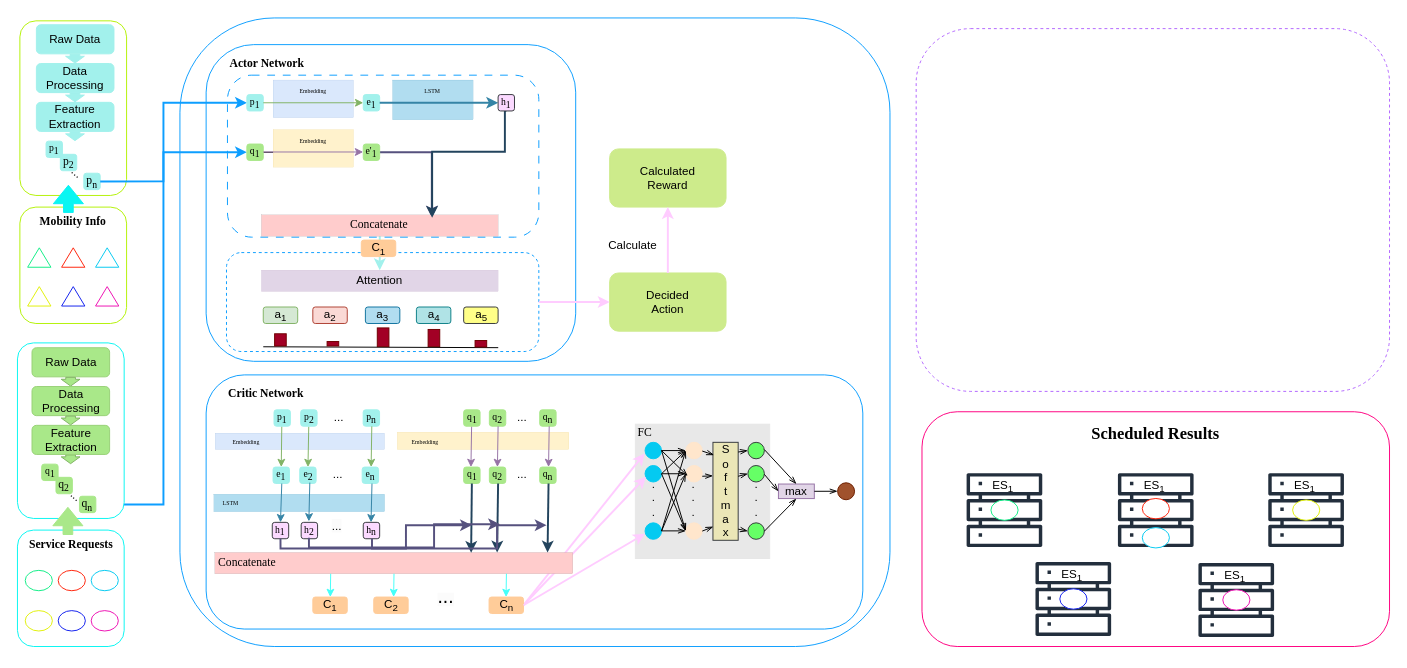
Before: 3.drawio in DCLe-DA/Learning-DL-by-Hand, a draw.io diagram. Source tidied: cells renumbered, new cells numbered last; positions are measured from the earlier drawing's top-left corner, leaving out a move shared by most shapes. Both pictures are drawn from the tidied source at 97%, with x=0, y=0 at pixel (17, 17).
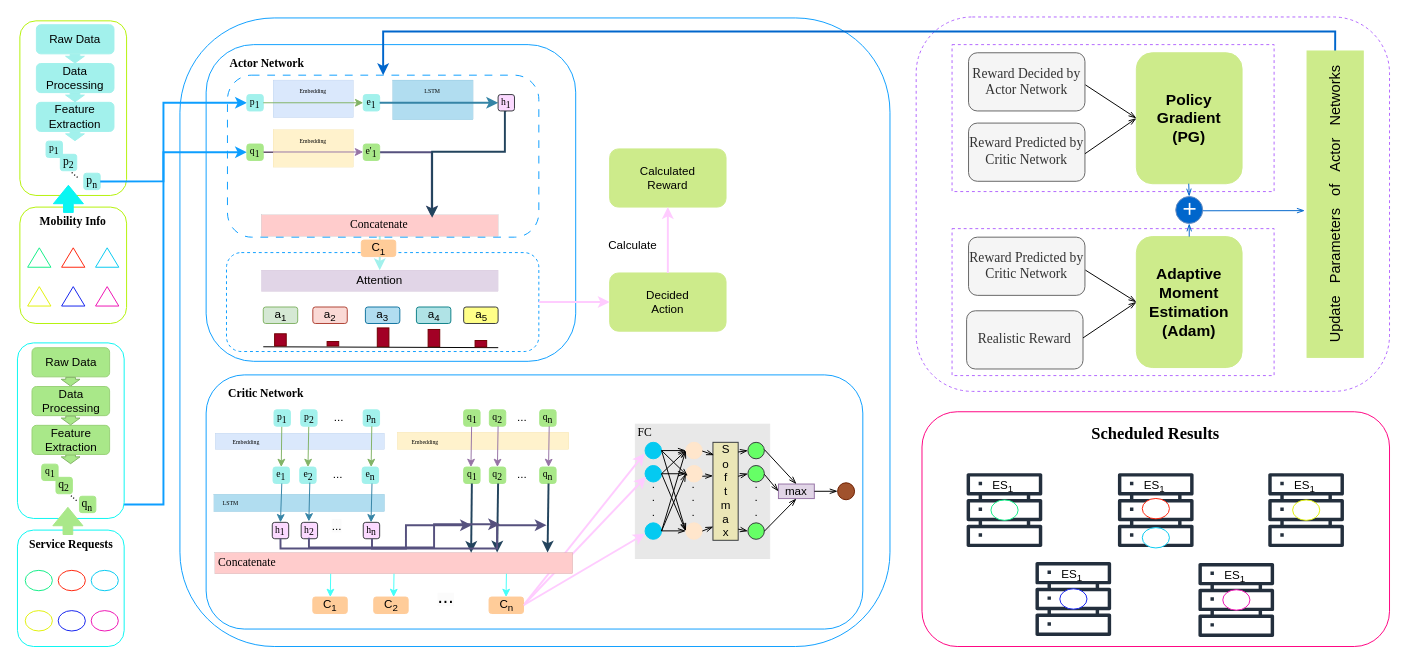
The same page after the edit.

Unchanged cells that the change refers to:
```xml
<mxCell id="69" style="rounded=1;whiteSpace=wrap;html=1;strokeWidth=1;fontFamily=Helvetica;fontSize=12;fontColor=default;fillColor=none;gradientColor=none;strokeColor=#0D9EFF;dashed=1;dashPattern=8 8;" parent="1" vertex="1">
  <mxGeometry x="216" y="59" width="321" height="167" as="geometry" />
</mxCell>
```

Change to the diagram source:
```diff
@@
     <mxCell id="210" style="rounded=1;whiteSpace=wrap;html=1;strokeColor=#B266FF;dashed=1;" parent="1" vertex="1">
-      <mxGeometry x="926" y="11" width="488" height="374" as="geometry" />
+      <mxGeometry x="926" y="-1" width="488" height="386" as="geometry" />
     </mxCell>
@@
+    <mxCell id="233" style="rounded=0;whiteSpace=wrap;html=1;dashed=1;strokeColor=#B266FF;" parent="1" vertex="1">
+      <mxGeometry x="963" y="27.5" width="332" height="151.5" as="geometry" />
+    </mxCell>
+    <mxCell id="234" value="&lt;font face=&quot;Times New Roman&quot; style=&quot;font-size: 14px;&quot;&gt;Reward Decided by&lt;br&gt;Actor Network&lt;/font&gt;" style="rounded=1;whiteSpace=wrap;html=1;fillColor=#f5f5f5;fontColor=#333333;strokeColor=#666666;" parent="1" vertex="1">
+      <mxGeometry x="980" y="35.9" width="120" height="60" as="geometry" />
+    </mxCell>
+    <mxCell id="235" value="&lt;font face=&quot;Times New Roman&quot; style=&quot;font-size: 14px;&quot;&gt;Reward Predicted by&lt;br&gt;Critic Network&lt;/font&gt;" style="rounded=1;whiteSpace=wrap;html=1;fillColor=#f5f5f5;fontColor=#333333;strokeColor=#666666;" parent="1" vertex="1">
+      <mxGeometry x="980" y="108.4" width="120" height="60" as="geometry" />
+    </mxCell>
+    <mxCell id="236" style="rounded=0;whiteSpace=wrap;html=1;dashed=1;strokeColor=#B266FF;" parent="1" vertex="1">
+      <mxGeometry x="963" y="217.2" width="332" height="151.5" as="geometry" />
+    </mxCell>
+    <mxCell id="237" value="&lt;font face=&quot;Times New Roman&quot; style=&quot;font-size: 14px;&quot;&gt;Reward Predicted by&lt;br&gt;Critic Network&lt;/font&gt;" style="rounded=1;whiteSpace=wrap;html=1;fillColor=#f5f5f5;fontColor=#333333;strokeColor=#666666;" parent="1" vertex="1">
+      <mxGeometry x="980" y="226" width="120" height="60" as="geometry" />
+    </mxCell>
+    <mxCell id="238" value="&lt;font face=&quot;Times New Roman&quot;&gt;&lt;span style=&quot;font-size: 14px;&quot;&gt;Realistic Reward&lt;/span&gt;&lt;/font&gt;" style="rounded=1;whiteSpace=wrap;html=1;fillColor=#f5f5f5;fontColor=#333333;strokeColor=#666666;" parent="1" vertex="1">
+      <mxGeometry x="978" y="301.9" width="120" height="60" as="geometry" />
+    </mxCell>
+    <mxCell id="239" value="&lt;font style=&quot;font-size: 16px;&quot;&gt;&lt;b&gt;Adaptive &lt;br&gt;Moment &lt;br&gt;Estimation&lt;br&gt;(Adam)&lt;br&gt;&lt;/b&gt;&lt;/font&gt;" style="rounded=1;whiteSpace=wrap;html=1;fillColor=#CDEB8B;strokeColor=#CDEB8B;" parent="1" vertex="1">
+      <mxGeometry x="1153" y="225.4" width="109" height="135" as="geometry" />
+    </mxCell>
+    <mxCell id="240" value="&lt;font style=&quot;font-size: 16px;&quot;&gt;&lt;b&gt;Policy&lt;br&gt;Gradient&lt;br&gt;(PG)&lt;br&gt;&lt;/b&gt;&lt;/font&gt;" style="rounded=1;whiteSpace=wrap;html=1;fillColor=#CDEB8B;strokeColor=#CDEB8B;" parent="1" vertex="1">
+      <mxGeometry x="1153" y="35.9" width="109" height="135" as="geometry" />
+    </mxCell>
+    <mxCell id="241" style="endArrow=openThin;html=1;rounded=0;entryX=0;entryY=0.5;entryDx=0;entryDy=0;exitX=0.91;exitY=0.615;exitDx=0;exitDy=0;endFill=0;exitPerimeter=0;" parent="1" edge="1" target="240">
+      <mxGeometry relative="1" as="geometry">
+        <mxPoint x="1100.5" y="69" as="sourcePoint" />
+      </mxGeometry>
+    </mxCell>
+    <mxCell id="242" style="endArrow=openThin;html=1;rounded=0;entryX=0;entryY=0.5;entryDx=0;entryDy=0;exitX=0.91;exitY=0.615;exitDx=0;exitDy=0;endFill=0;exitPerimeter=0;" parent="1" edge="1" target="240">
+      <mxGeometry relative="1" as="geometry">
+        <mxPoint x="1100" y="140" as="sourcePoint" />
+      </mxGeometry>
+    </mxCell>
+    <mxCell id="243" style="endArrow=openThin;html=1;rounded=0;entryX=0;entryY=0.5;entryDx=0;entryDy=0;exitX=0.91;exitY=0.615;exitDx=0;exitDy=0;endFill=0;exitPerimeter=0;" parent="1" edge="1" target="239">
+      <mxGeometry relative="1" as="geometry">
+        <mxPoint x="1100.5" y="260" as="sourcePoint" />
+      </mxGeometry>
+    </mxCell>
+    <mxCell id="244" style="endArrow=openThin;html=1;rounded=0;entryX=0;entryY=0.5;entryDx=0;entryDy=0;exitX=0.91;exitY=0.615;exitDx=0;exitDy=0;endFill=0;exitPerimeter=0;" parent="1" edge="1" target="239">
+      <mxGeometry relative="1" as="geometry">
+        <mxPoint x="1098" y="329.9" as="sourcePoint" />
+      </mxGeometry>
+    </mxCell>
+    <mxCell id="245" value="&lt;font size=&quot;1&quot; color=&quot;#ffffff&quot; style=&quot;&quot; face=&quot;Times New Roman&quot;&gt;&lt;b style=&quot;font-size: 16px;&quot;&gt;＋&lt;/b&gt;&lt;/font&gt;" style="ellipse;whiteSpace=wrap;html=1;fillColor=#0066CC;strokeColor=#6c8ebf;" parent="1" vertex="1">
+      <mxGeometry x="1193.6" y="184.1" width="27.8" height="27.8" as="geometry" />
+    </mxCell>
+    <mxCell id="246" style="endArrow=openThin;html=1;rounded=0;entryX=0.5;entryY=0;entryDx=0;entryDy=0;exitX=0.91;exitY=0.615;exitDx=0;exitDy=0;endFill=0;exitPerimeter=0;strokeColor=#0066CC;" parent="1" edge="1" target="245">
+      <mxGeometry relative="1" as="geometry">
+        <mxPoint x="1207" y="170.9" as="sourcePoint" />
+      </mxGeometry>
+    </mxCell>
+    <mxCell id="247" style="endArrow=openThin;html=1;rounded=0;entryX=0.5;entryY=1;entryDx=0;entryDy=0;exitX=0.5;exitY=0;exitDx=0;exitDy=0;endFill=0;strokeColor=#0066CC;" parent="1" edge="1" source="239" target="245">
+      <mxGeometry relative="1" as="geometry" />
+    </mxCell>
+    <mxCell id="248" style="edgeStyle=orthogonalEdgeStyle;rounded=0;jettySize=auto;html=1;exitX=0.5;exitY=0;exitDx=0;exitDy=0;entryX=0.5;entryY=0;entryDx=0;entryDy=0;strokeWidth=2;strokeColor=#0066CC;" parent="1" edge="1" source="249" target="69">
+      <mxGeometry relative="1" as="geometry" />
+    </mxCell>
+    <mxCell id="249" value="&lt;font style=&quot;font-size: 15px;&quot;&gt;Update&amp;nbsp; &amp;nbsp;Parameters&amp;nbsp; &amp;nbsp;of&amp;nbsp; &amp;nbsp;Actor&amp;nbsp; &amp;nbsp;Networks&lt;/font&gt;" style="rounded=0;whiteSpace=wrap;html=1;direction=south;rotation=-90;fillColor=#CDEB8B;strokeColor=#CDEB8B;" parent="1" vertex="1">
+      <mxGeometry x="1200" y="163" width="315.9" height="58" as="geometry" />
+    </mxCell>
+    <mxCell id="250" style="endArrow=openThin;html=1;rounded=0;entryX=-0.04;entryY=0.521;entryDx=0;entryDy=0;exitX=0.91;exitY=0.615;exitDx=0;exitDy=0;endFill=0;exitPerimeter=0;strokeColor=#0066CC;entryPerimeter=0;" parent="1" edge="1" target="249">
+      <mxGeometry relative="1" as="geometry">
+        <mxPoint x="1221.4" y="198.8" as="sourcePoint" />
+      </mxGeometry>
+    </mxCell>
```
